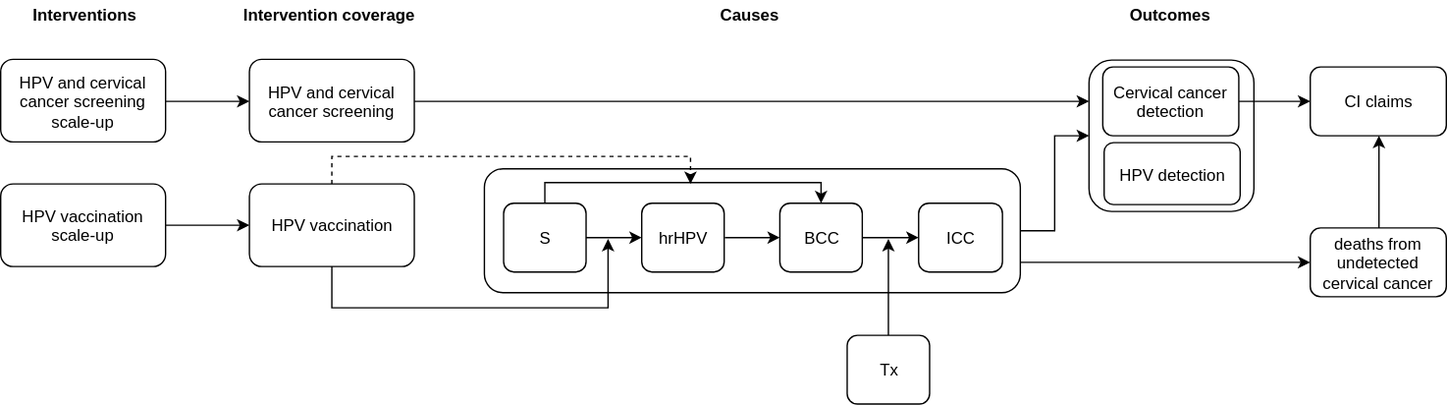
Above: docs/source/concept_models/vivarium_swissre_cervicalcancer/cervical_cancer_concept_model_diagram.svg in ihmeuw/vivarium_research (draw.io), before the change. Source tidied: cells renumbered, new cells last; positions are measured from the earlier drawing's top-left corner, leaving out a move shared by most shapes.
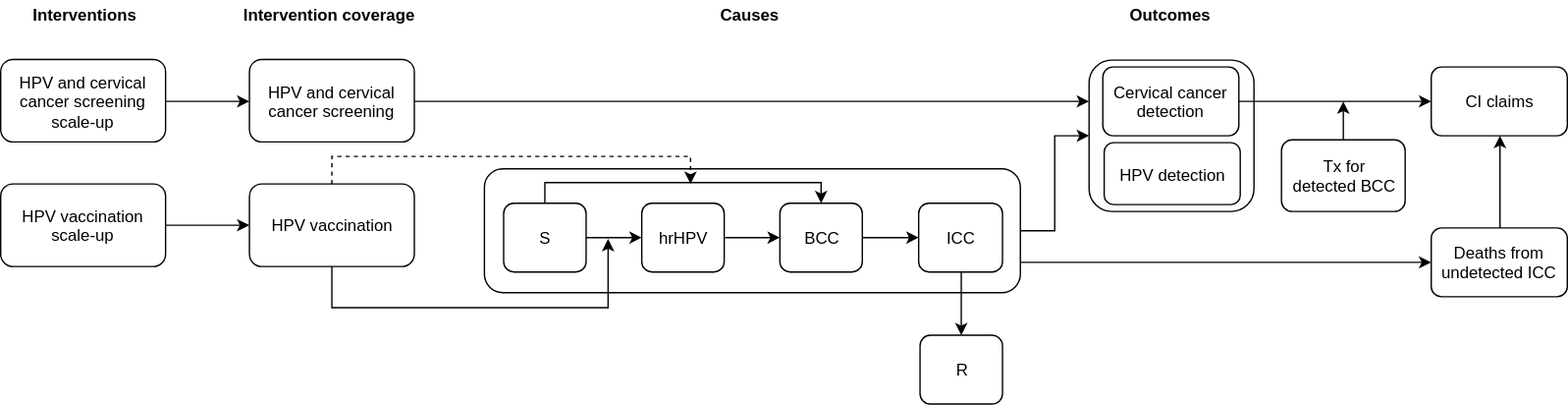
After the commit.

Commit message:
update concept model diagram

The edit, as a diff of the source:
```diff
@@ -23,6 +23,9 @@
     <mxCell id="8" value="&lt;b&gt;Outcomes&lt;/b&gt;" style="text;html=1;strokeColor=none;fillColor=none;align=left;verticalAlign=middle;whiteSpace=wrap;rounded=0;" parent="1" vertex="1">
       <mxGeometry x="820" width="63" height="20" as="geometry" />
     </mxCell>
+    <mxCell id="36" style="edgeStyle=orthogonalEdgeStyle;rounded=0;jettySize=auto;html=1;exitX=0.5;exitY=1;exitDx=0;exitDy=0;entryX=0.5;entryY=0;entryDx=0;entryDy=0;" parent="1" edge="1" source="9" target="34">
+      <mxGeometry relative="1" as="geometry" />
+    </mxCell>
     <mxCell id="9" value="ICC" style="rounded=1;whiteSpace=wrap;html=1;" parent="1" vertex="1">
       <mxGeometry x="668" y="147" width="61" height="50" as="geometry" />
     </mxCell>
@@ -48,7 +51,7 @@
       <mxGeometry x="802" y="48" width="99" height="50" as="geometry" />
     </mxCell>
     <mxCell id="17" value="CI claims" style="rounded=1;whiteSpace=wrap;html=1;" parent="1" vertex="1">
-      <mxGeometry x="953" y="48" width="99" height="50" as="geometry" />
+      <mxGeometry x="1041" y="48" width="99" height="50" as="geometry" />
     </mxCell>
     <mxCell id="18" style="edgeStyle=orthogonalEdgeStyle;rounded=0;jettySize=auto;html=1;exitX=1;exitY=0.5;exitDx=0;exitDy=0;entryX=0;entryY=0.5;entryDx=0;entryDy=0;" parent="1" edge="1" source="19" target="23">
       <mxGeometry relative="1" as="geometry" />
@@ -91,14 +94,11 @@
     <mxCell id="26" value="&lt;span style=&quot;white-space: normal&quot;&gt;HPV vaccination&lt;/span&gt;" style="rounded=1;whiteSpace=wrap;html=1;" parent="1" vertex="1">
       <mxGeometry x="181" y="133" width="120" height="60" as="geometry" />
     </mxCell>
-    <mxCell id="27" style="edgeStyle=orthogonalEdgeStyle;rounded=0;orthogonalLoop=1;jettySize=auto;html=1;exitX=0.5;exitY=1;exitDx=0;exitDy=0;" parent="1" edge="1" source="7" target="7">
-      <mxGeometry relative="1" as="geometry" />
-    </mxCell>
     <mxCell id="28" style="edgeStyle=orthogonalEdgeStyle;rounded=0;jettySize=auto;html=1;entryX=0.5;entryY=1;entryDx=0;entryDy=0;" parent="1" edge="1" source="29" target="17">
       <mxGeometry relative="1" as="geometry" />
     </mxCell>
-    <mxCell id="29" value="deaths from undetected cervical cancer" style="rounded=1;whiteSpace=wrap;html=1;" parent="1" vertex="1">
-      <mxGeometry x="953" y="165" width="99" height="50" as="geometry" />
+    <mxCell id="29" value="Deaths from undetected ICC" style="rounded=1;whiteSpace=wrap;html=1;" parent="1" vertex="1">
+      <mxGeometry x="1041" y="165" width="99" height="50" as="geometry" />
     </mxCell>
     <mxCell id="30" style="edgeStyle=none;rounded=0;jettySize=auto;html=1;exitX=1;exitY=0.5;exitDx=0;exitDy=0;" parent="1" edge="1" source="32" target="13">
       <mxGeometry relative="1" as="geometry" />
@@ -114,16 +114,19 @@
     <mxCell id="32" value="S" style="rounded=1;whiteSpace=wrap;html=1;" parent="1" vertex="1">
       <mxGeometry x="366" y="147" width="60" height="50" as="geometry" />
     </mxCell>
-    <mxCell id="33" style="edgeStyle=orthogonalEdgeStyle;rounded=0;jettySize=auto;html=1;exitX=0.5;exitY=0;exitDx=0;exitDy=0;" parent="1" edge="1" source="34">
-      <mxGeometry relative="1" as="geometry">
-        <mxPoint x="646" y="173" as="targetPoint" />
-      </mxGeometry>
-    </mxCell>
-    <mxCell id="34" value="Tx" style="rounded=1;whiteSpace=wrap;html=1;" parent="1" vertex="1">
-      <mxGeometry x="616" y="243" width="60" height="50" as="geometry" />
+    <mxCell id="34" value="R" style="rounded=1;whiteSpace=wrap;html=1;" parent="1" vertex="1">
+      <mxGeometry x="669" y="243" width="60" height="50" as="geometry" />
     </mxCell>
     <mxCell id="35" value="HPV detection" style="rounded=1;whiteSpace=wrap;html=1;" parent="1" vertex="1">
       <mxGeometry x="803" y="103" width="99" height="45" as="geometry" />
     </mxCell>
+    <mxCell id="37" style="edgeStyle=orthogonalEdgeStyle;rounded=0;jettySize=auto;html=1;exitX=0.5;exitY=0;exitDx=0;exitDy=0;" parent="1" edge="1" source="38">
+      <mxGeometry relative="1" as="geometry">
+        <mxPoint x="977.3" y="72.6" as="targetPoint" />
+      </mxGeometry>
+    </mxCell>
+    <mxCell id="38" value="Tx for&lt;br&gt;detected BCC" style="rounded=1;whiteSpace=wrap;html=1;" parent="1" vertex="1">
+      <mxGeometry x="932" y="101" width="90" height="52" as="geometry" />
+    </mxCell>
   </root>
 </mxGraphModel>
```
